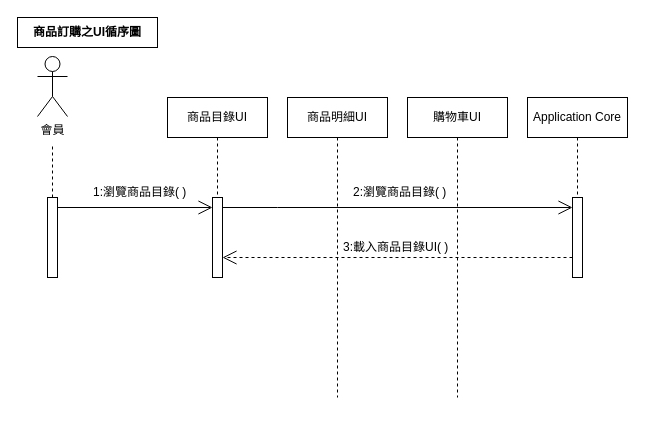
The draw.io diagram 未命名绘图.drawio in odcs0320/blog, before the edit. Source tidied: cells renumbered, new cells numbered last; positions are measured from the earlier drawing's top-left corner, leaving out a move shared by most shapes. Both pictures are drawn from the tidied source at 100%, with x=0, y=0 at pixel (17, 17).
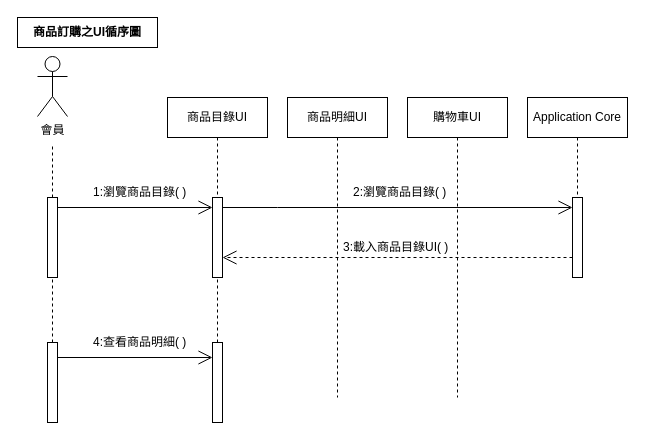
After the change.

Commit message:
更新未命名绘图.drawio

The change refers to these unchanged cells:
```xml
<mxCell id="4" style="html=1;points=[];perimeter=orthogonalPerimeter;outlineConnect=0;targetShapes=umlLifeline;portConstraint=eastwest;newEdgeStyle={&quot;edgeStyle&quot;:&quot;elbowEdgeStyle&quot;,&quot;elbow&quot;:&quot;vertical&quot;,&quot;curved&quot;:0,&quot;rounded&quot;:0};" parent="1" vertex="1">
  <mxGeometry x="30" y="180" width="10" height="80" as="geometry" />
</mxCell>
<mxCell id="12" style="html=1;points=[];perimeter=orthogonalPerimeter;outlineConnect=0;targetShapes=umlLifeline;portConstraint=eastwest;newEdgeStyle={&quot;edgeStyle&quot;:&quot;elbowEdgeStyle&quot;,&quot;elbow&quot;:&quot;vertical&quot;,&quot;curved&quot;:0,&quot;rounded&quot;:0};" parent="1" vertex="1">
  <mxGeometry x="195" y="180" width="10" height="80" as="geometry" />
</mxCell>
```

Diff of the diagram source:
```diff
@@
+    <mxCell id="18" style="html=1;points=[];perimeter=orthogonalPerimeter;outlineConnect=0;targetShapes=umlLifeline;portConstraint=eastwest;newEdgeStyle={&quot;edgeStyle&quot;:&quot;elbowEdgeStyle&quot;,&quot;elbow&quot;:&quot;vertical&quot;,&quot;curved&quot;:0,&quot;rounded&quot;:0};direction=west;" parent="1" vertex="1">
+      <mxGeometry x="195" y="325" width="10" height="80" as="geometry" />
+    </mxCell>
+    <mxCell id="19" style="html=1;verticalAlign=bottom;startArrow=none;endArrow=none;dashed=1;rounded=0;" parent="1" edge="1" source="18" target="12">
+      <mxGeometry relative="1" as="geometry" />
+    </mxCell>
+    <mxCell id="20" style="html=1;perimeter=orthogonalPerimeter;targetShapes=umlLifeline;newEdgeStyle={&quot;edgeStyle&quot;:&quot;elbowEdgeStyle&quot;,&quot;elbow&quot;:&quot;vertical&quot;,&quot;curved&quot;:0,&quot;rounded&quot;:0};" parent="1" vertex="1">
+      <mxGeometry x="30" y="325" width="10" height="80" as="geometry" />
+    </mxCell>
+    <mxCell id="21" style="html=1;verticalAlign=bottom;startArrow=none;endArrow=none;dashed=1;rounded=0;" parent="1" edge="1" target="4">
+      <mxGeometry relative="1" as="geometry">
+        <mxPoint x="35" y="325" as="sourcePoint" />
+      </mxGeometry>
+    </mxCell>
+    <mxCell id="22" style="endArrow=open;endFill=1;endSize=12;html=1;rounded=0;" parent="1" edge="1">
+      <mxGeometry relative="1" as="geometry">
+        <mxPoint x="40" y="340" as="sourcePoint" />
+        <mxPoint x="195" y="340" as="targetPoint" />
+      </mxGeometry>
+    </mxCell>
+    <mxCell id="23" value="4:查看商品明細( )" style="text;strokeColor=none;fillColor=none;align=left;verticalAlign=middle;spacingLeft=4;spacingRight=4;overflow=hidden;whiteSpace=wrap;html=1;" parent="1" vertex="1">
+      <mxGeometry x="70" y="310" width="110" height="30" as="geometry" />
+    </mxCell>
```
